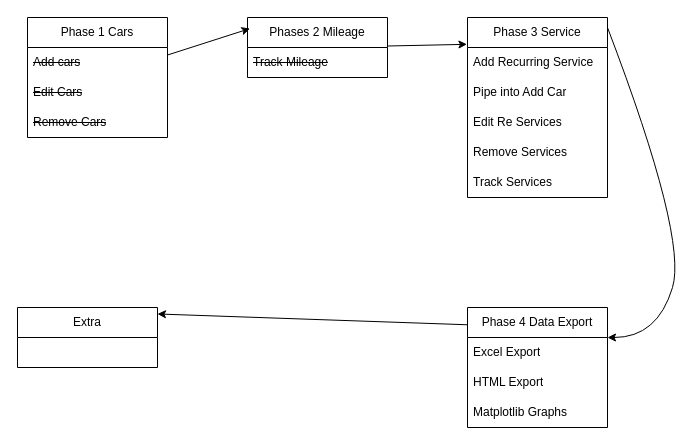
Earlier version of the draw.io diagram BluePrint/Phases.drawio (Danny-Erikson/MileageSnake). Source tidied: cells renumbered, new cells numbered last; positions are measured from the earlier drawing's top-left corner, leaving out a move shared by most shapes. Both pictures are drawn from the tidied source at 100%, with x=0, y=0 at pixel (17, 17).
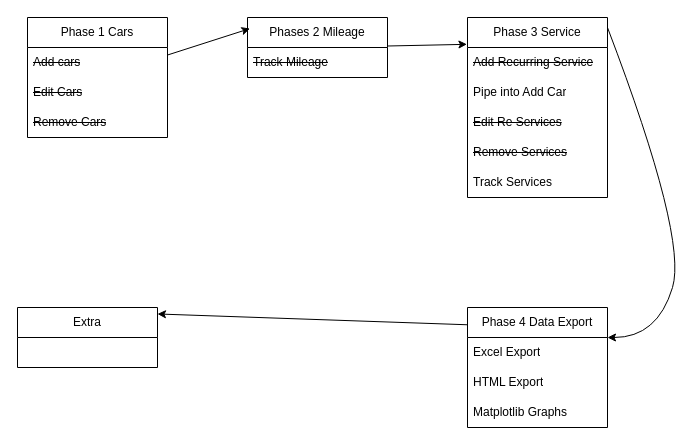
Above is the later version.

Commit message:
Update phases chart

The change refers to these unchanged cells:
```xml
<mxCell id="9" value="Phase 3 Service" style="swimlane;fontStyle=0;horizontal=1;startSize=30;whiteSpace=wrap;html=1;" parent="1" vertex="1">
  <mxGeometry x="450" width="140" height="180" as="geometry" />
</mxCell>
```

Change to the diagram source:
```diff
@@
-    <mxCell id="10" value="Add Recurring Service" style="text;strokeColor=none;fillColor=none;align=left;verticalAlign=middle;spacingLeft=4;spacingRight=4;overflow=hidden;whiteSpace=wrap;html=1;" parent="9" vertex="1">
+    <mxCell id="10" value="&lt;strike&gt;Add Recurring Service&lt;/strike&gt;" style="text;strokeColor=none;fillColor=none;align=left;verticalAlign=middle;spacingLeft=4;spacingRight=4;overflow=hidden;whiteSpace=wrap;html=1;" parent="9" vertex="1">
       <mxGeometry y="30" width="140" height="30" as="geometry" />
     </mxCell>
@@
-    <mxCell id="12" value="Edit Re Services" style="text;strokeColor=none;fillColor=none;align=left;verticalAlign=middle;spacingLeft=4;spacingRight=4;overflow=hidden;whiteSpace=wrap;html=1;" parent="9" vertex="1">
+    <mxCell id="12" value="&lt;strike&gt;Edit Re Services&lt;/strike&gt;" style="text;strokeColor=none;fillColor=none;align=left;verticalAlign=middle;spacingLeft=4;spacingRight=4;overflow=hidden;whiteSpace=wrap;html=1;" parent="9" vertex="1">
       <mxGeometry y="90" width="140" height="30" as="geometry" />
     </mxCell>
-    <mxCell id="13" value="Remove Services" style="text;strokeColor=none;fillColor=none;align=left;verticalAlign=middle;spacingLeft=4;spacingRight=4;overflow=hidden;whiteSpace=wrap;html=1;" parent="9" vertex="1">
+    <mxCell id="13" value="&lt;strike&gt;Remove Services&lt;/strike&gt;" style="text;strokeColor=none;fillColor=none;align=left;verticalAlign=middle;spacingLeft=4;spacingRight=4;overflow=hidden;whiteSpace=wrap;html=1;" parent="9" vertex="1">
       <mxGeometry y="120" width="140" height="30" as="geometry" />
     </mxCell>
```
